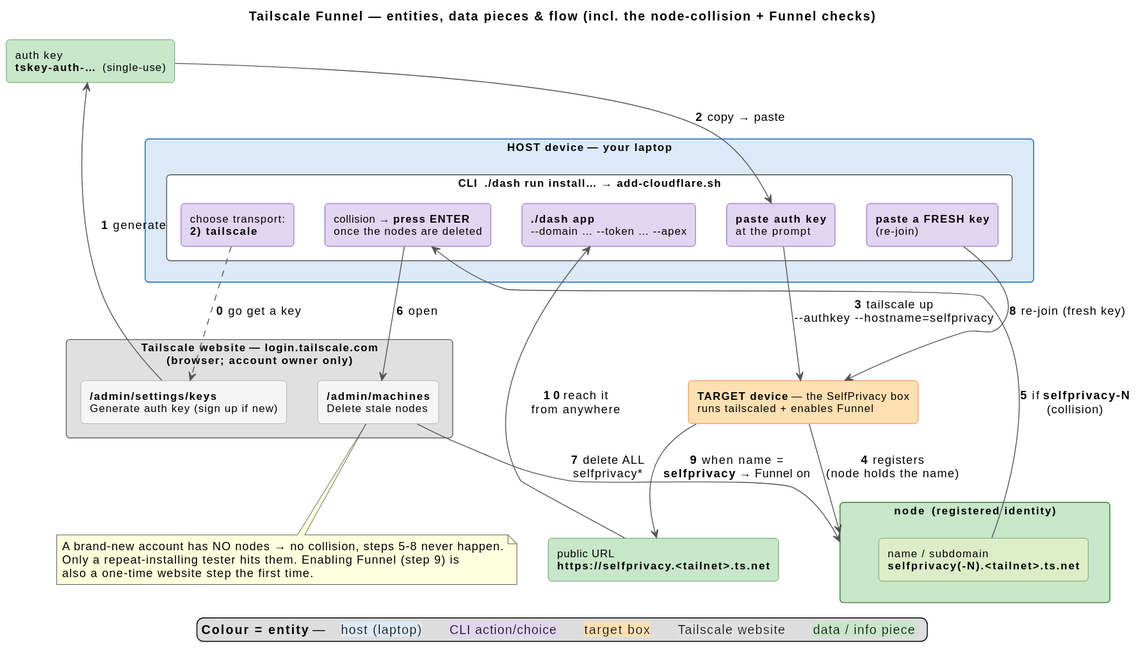
The PlantUML diagram docs/tailscale.svg in selfprivacy-over-alternative-nets/dev-dashboard, before a commit. Its source is kept beside it as docs/tailscale.puml.
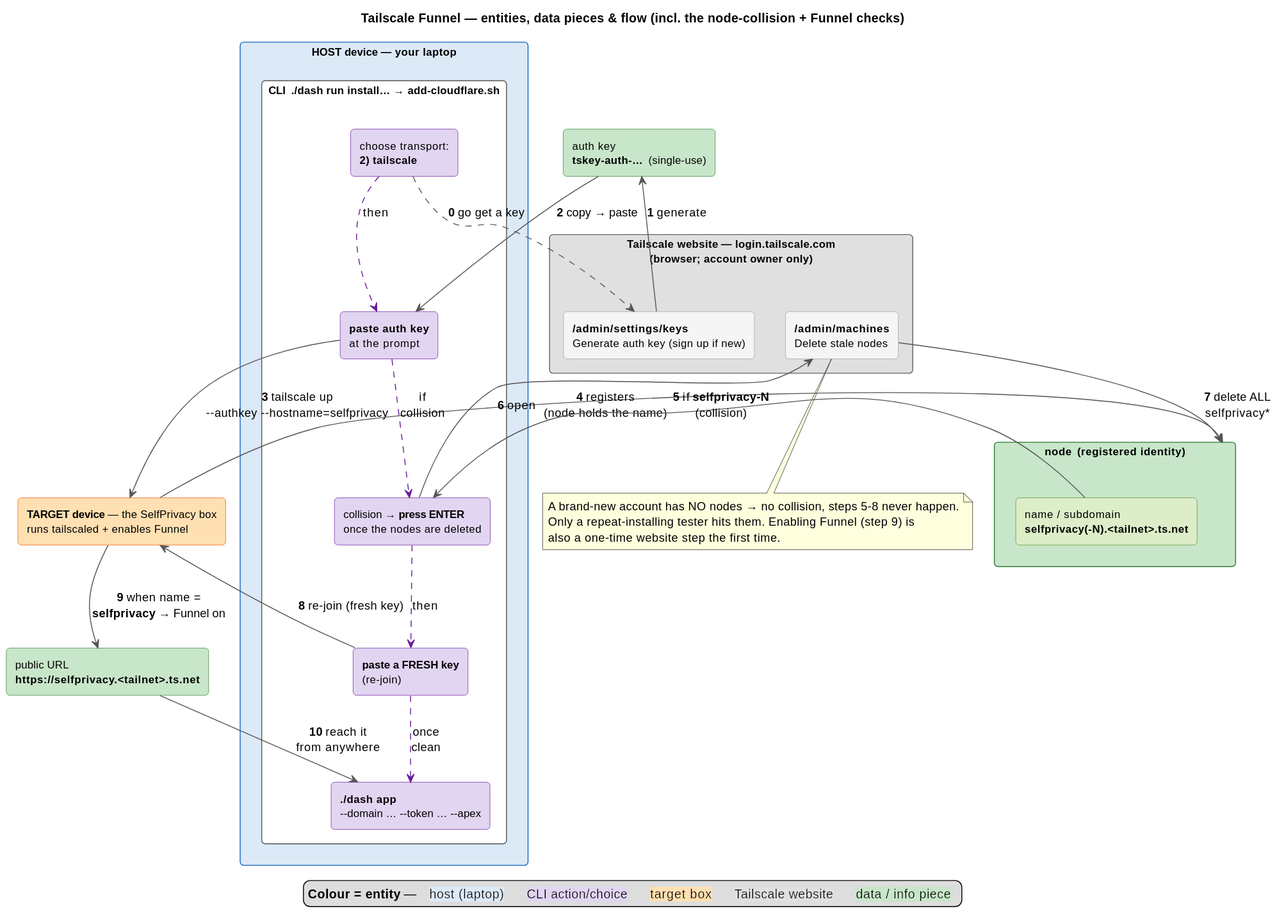
The same file after the commit.

What changed in the source:
```diff
@@ -44,6 +44,11 @@
 TARGET --> IURL : **9** when name =\n**selfprivacy** → Funnel on
 IURL --> P5    : **10** reach it\nfrom anywhere
 
+P1 -[#6A1B9A,dashed]-> P2 : then
+P2 -[#6A1B9A,dashed]-> P3 : if\ncollision
+P3 -[#6A1B9A,dashed]-> P4 : then
+P4 -[#6A1B9A,dashed]-> P5 : once\nclean
+
 note bottom of WMACH
   A brand-new account has NO nodes → no collision, steps 5-8 never happen.
   Only a repeat-installing tester hits them. Enabling Funnel (step 9) is
```
